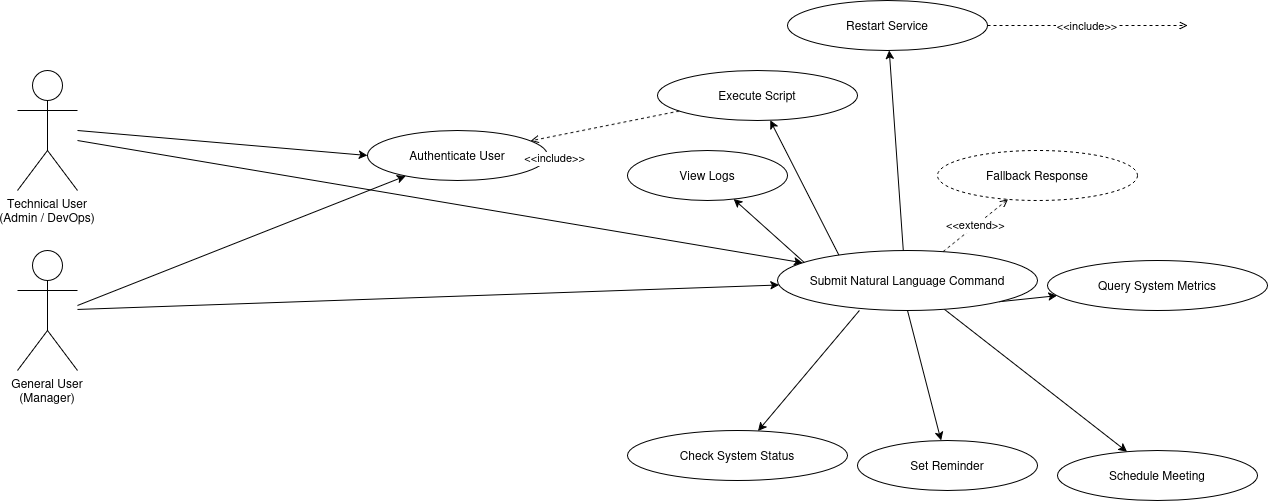
The draw.io diagram 2_UML/uml_diagram.png in VemorPhose/CS331, before a commit. Source tidied: cells renumbered, new cells last; positions are measured from the earlier drawing's top-left corner, leaving out a move shared by most shapes.
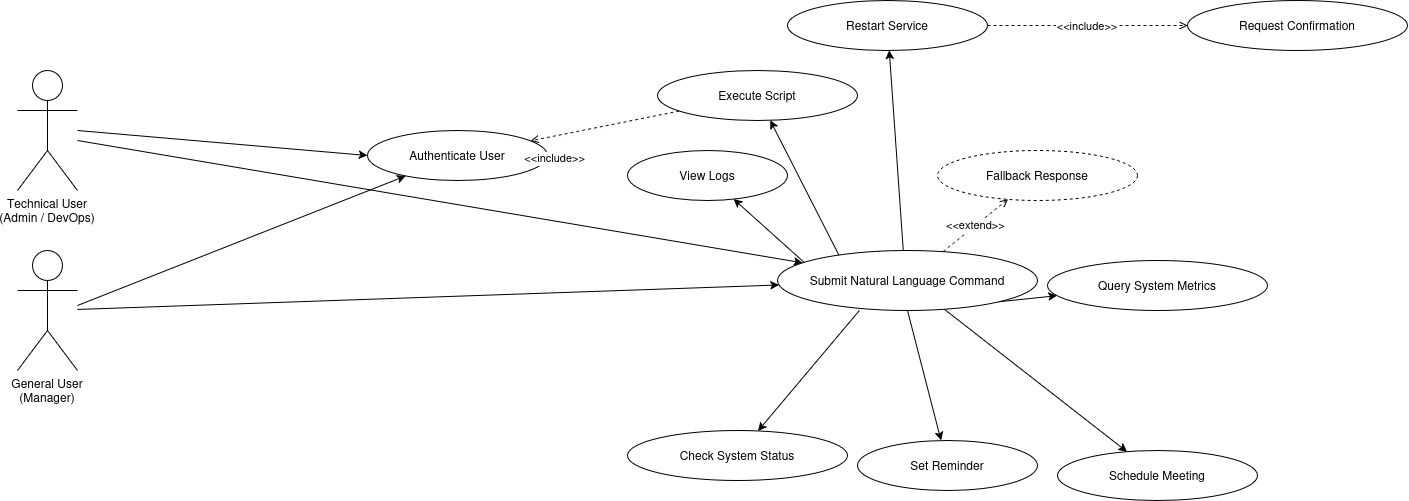
Above is the later version.

The edit, as a diff of the source:
```diff
@@ -65,6 +65,9 @@
     <mxCell id="20" value="Restart Service" style="ellipse;whiteSpace=wrap;html=1;" parent="1" vertex="1">
       <mxGeometry x="770" width="200" height="50" as="geometry" />
     </mxCell>
+    <mxCell id="28" value="Request Confirmation" style="ellipse;whiteSpace=wrap;html=1;" parent="1" vertex="1">
+      <mxGeometry x="1170" width="220" height="50" as="geometry" />
+    </mxCell>
     <mxCell id="21" value="View Logs" style="ellipse;whiteSpace=wrap;html=1;" parent="1" vertex="1">
       <mxGeometry x="610" y="150" width="160" height="50" as="geometry" />
     </mxCell>
@@ -82,10 +85,8 @@
         <mxPoint x="-1" as="offset" />
       </mxGeometry>
     </mxCell>
-    <mxCell id="26" value="&lt;&lt;include&gt;&gt;" style="dashed=1;endArrow=open;" parent="1" edge="1" source="20">
-      <mxGeometry relative="1" as="geometry">
-        <mxPoint x="1170" y="25" as="targetPoint" />
-      </mxGeometry>
+    <mxCell id="26" value="&lt;&lt;include&gt;&gt;" style="dashed=1;endArrow=open;" parent="1" edge="1" source="20" target="28">
+      <mxGeometry relative="1" as="geometry" />
     </mxCell>
     <mxCell id="27" value="&lt;&lt;extend&gt;&gt;" style="dashed=1;endArrow=open;" parent="1" edge="1" source="16" target="17">
       <mxGeometry relative="1" as="geometry" />
```
